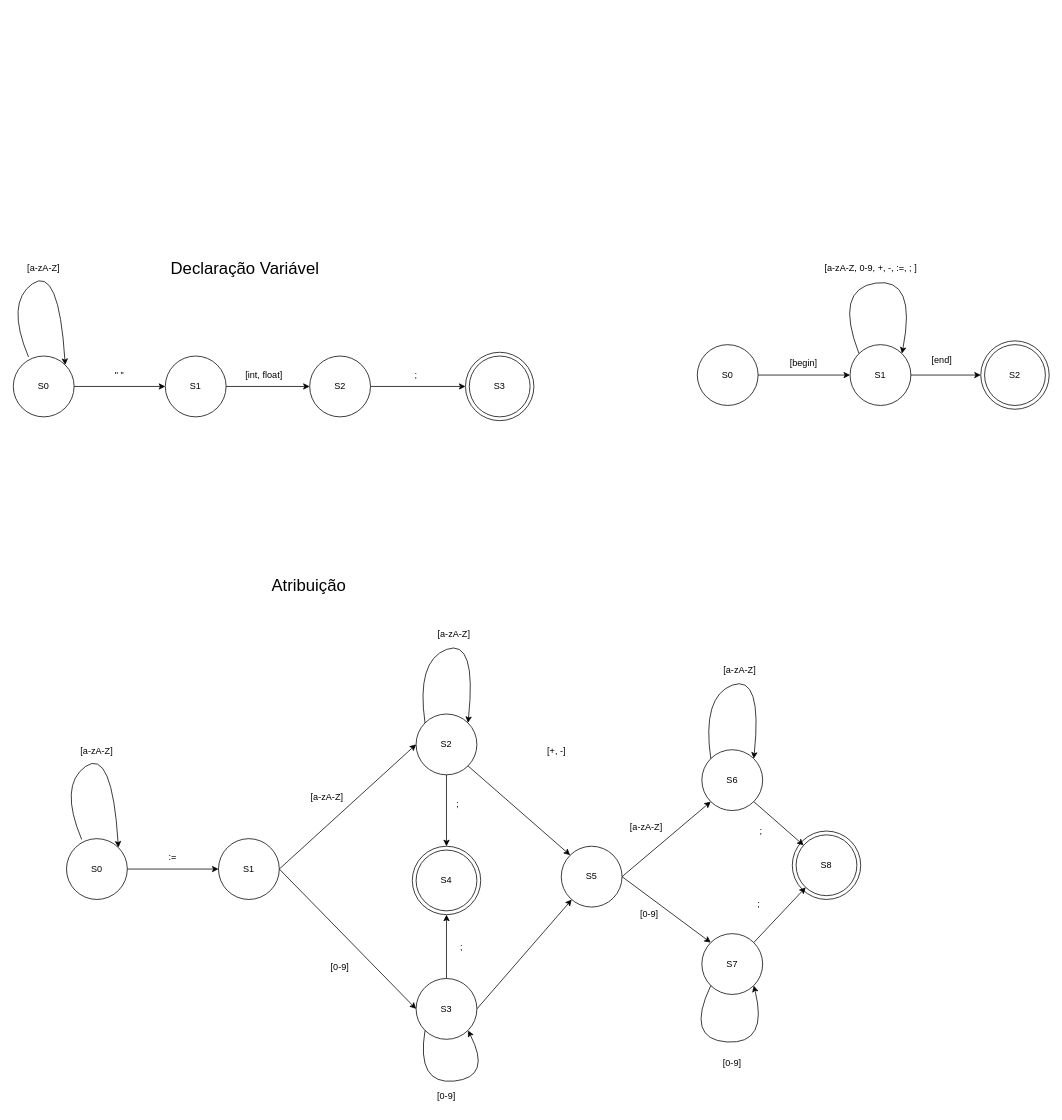
Earlier version of the draw.io diagram automatos.drawio (Robmelchiades/projeto-compiladores). Source tidied: cells renumbered, new cells numbered last; positions are measured from the earlier drawing's top-left corner, leaving out a move shared by most shapes. Both pictures are drawn from the tidied source at 76%, with x=0, y=0 at pixel (5, 238).
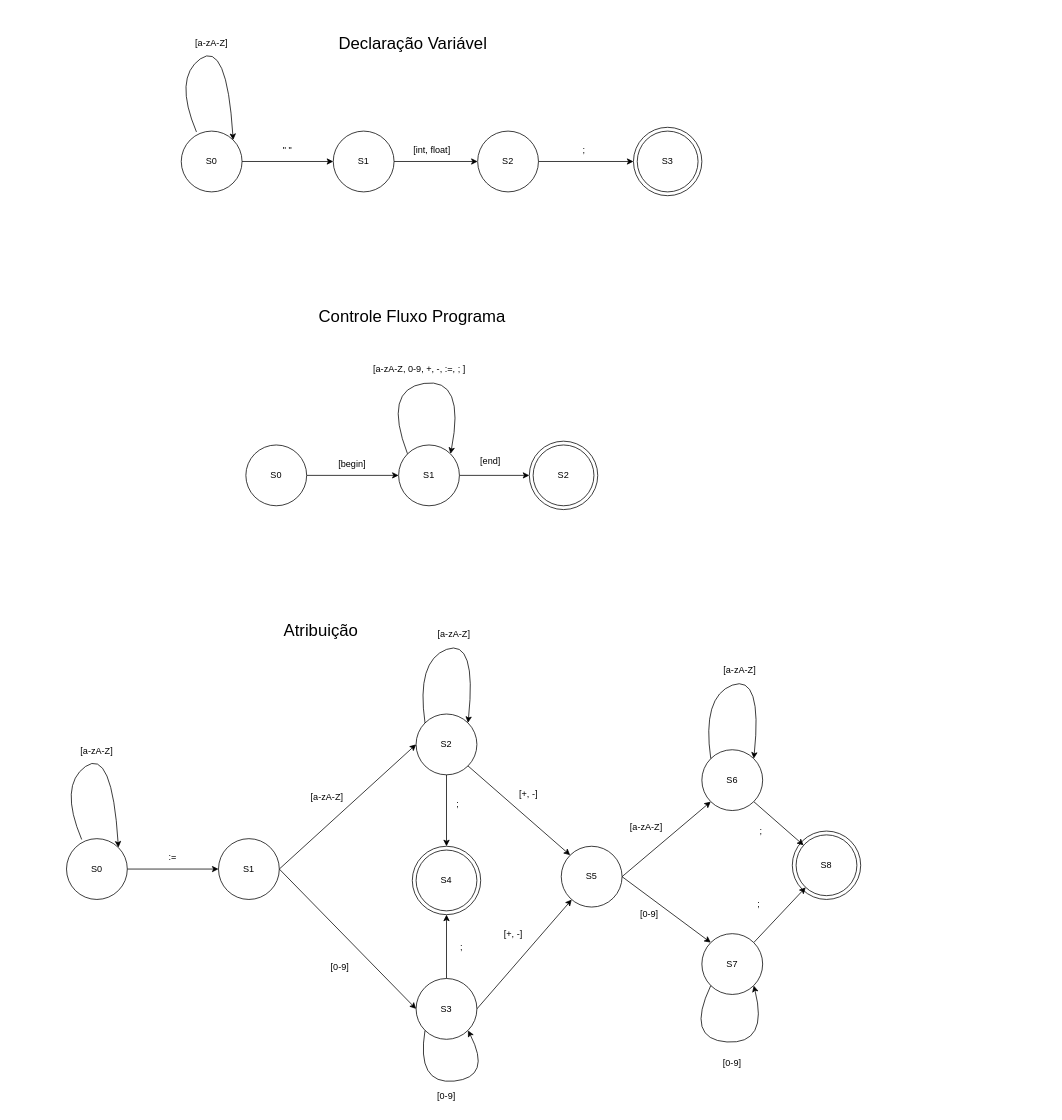
After the change.

Change to the diagram source:
```diff
@@
     <mxCell id="2" style="ellipse;whiteSpace=wrap;html=1;fontSize=12;fillColor=none;" parent="1" vertex="1">
-      <mxGeometry x="1283" y="135" width="90" height="90" as="geometry" />
+      <mxGeometry x="689" y="267" width="90" height="90" as="geometry" />
     </mxCell>
@@
     <mxCell id="5" value="S0" style="ellipse;whiteSpace=wrap;html=1;" parent="1" vertex="1">
-      <mxGeometry x="10" y="155" width="80" height="80" as="geometry" />
+      <mxGeometry x="231" y="-141" width="80" height="80" as="geometry" />
     </mxCell>
@@
     <mxCell id="7" value="S1" style="ellipse;whiteSpace=wrap;html=1;" parent="1" vertex="1">
-      <mxGeometry x="210" y="155" width="80" height="80" as="geometry" />
+      <mxGeometry x="431" y="-141" width="80" height="80" as="geometry" />
     </mxCell>
     <mxCell id="8" style="curved=1;endArrow=classic;html=1;exitX=0.25;exitY=0.014;exitDx=0;exitDy=0;exitPerimeter=0;entryX=1;entryY=0;entryDx=0;entryDy=0;" parent="1" edge="1" source="5" target="5">
       <mxGeometry relative="1" as="geometry">
         <Array as="points">
-          <mxPoint y="85" />
-          <mxPoint x="70" y="35" />
+          <mxPoint x="221" y="-211" />
+          <mxPoint x="291" y="-261" />
         </Array>
       </mxGeometry>
     </mxCell>
@@
     <mxCell id="10" value="S2" style="ellipse;whiteSpace=wrap;html=1;" parent="1" vertex="1">
-      <mxGeometry x="400" y="155" width="80" height="80" as="geometry" />
+      <mxGeometry x="621" y="-141" width="80" height="80" as="geometry" />
     </mxCell>
     <mxCell id="11" value="[int, float]" style="text;html=1;strokeColor=none;fillColor=none;align=center;verticalAlign=middle;whiteSpace=wrap;rounded=0;fontSize=12;" parent="1" vertex="1">
-      <mxGeometry x="310" y="165" width="60" height="30" as="geometry" />
+      <mxGeometry x="531" y="-131" width="60" height="30" as="geometry" />
     </mxCell>
     <mxCell id="12" value="S3" style="ellipse;whiteSpace=wrap;html=1;" parent="1" vertex="1">
-      <mxGeometry x="610" y="155" width="80" height="80" as="geometry" />
+      <mxGeometry x="831" y="-141" width="80" height="80" as="geometry" />
     </mxCell>
     <mxCell id="13" style="ellipse;whiteSpace=wrap;html=1;fontSize=12;fillColor=none;" parent="1" vertex="1">
-      <mxGeometry x="605" y="150" width="90" height="90" as="geometry" />
+      <mxGeometry x="826" y="-146" width="90" height="90" as="geometry" />
     </mxCell>
     <mxCell id="14" value=";" style="text;html=1;strokeColor=none;fillColor=none;align=center;verticalAlign=middle;whiteSpace=wrap;rounded=0;fontSize=12;" parent="1" vertex="1">
-      <mxGeometry x="510" y="165" width="60" height="30" as="geometry" />
+      <mxGeometry x="731" y="-131" width="60" height="30" as="geometry" />
     </mxCell>
     <mxCell id="15" value="[a-zA-Z]" style="text;html=1;strokeColor=none;fillColor=none;align=center;verticalAlign=middle;whiteSpace=wrap;rounded=0;fontSize=12;" parent="1" vertex="1">
-      <mxGeometry x="20" y="25" width="60" height="30" as="geometry" />
+      <mxGeometry x="241" y="-271" width="60" height="30" as="geometry" />
     </mxCell>
     <mxCell id="16" value="&quot; &quot;" style="text;html=1;strokeColor=none;fillColor=none;align=center;verticalAlign=middle;whiteSpace=wrap;rounded=0;fontSize=12;" parent="1" vertex="1">
-      <mxGeometry x="120" y="165" width="60" height="30" as="geometry" />
+      <mxGeometry x="341" y="-131" width="60" height="30" as="geometry" />
     </mxCell>
     <mxCell id="17" value="&lt;font style=&quot;font-size: 22px&quot;&gt;Declaração Variável&lt;/font&gt;" style="text;html=1;strokeColor=none;fillColor=none;align=center;verticalAlign=middle;whiteSpace=wrap;rounded=0;fontSize=12;" parent="1" vertex="1">
-      <mxGeometry x="170" width="290" height="80" as="geometry" />
+      <mxGeometry x="391" y="-296" width="290" height="80" as="geometry" />
     </mxCell>
@@
     <mxCell id="31" value="&lt;font style=&quot;font-size: 22px&quot;&gt;Atribuição&lt;/font&gt;" style="text;html=1;strokeColor=none;fillColor=none;align=center;verticalAlign=middle;whiteSpace=wrap;rounded=0;fontSize=12;" parent="1" vertex="1">
-      <mxGeometry x="254" y="417" width="290" height="80" as="geometry" />
+      <mxGeometry x="270" y="477" width="290" height="80" as="geometry" />
     </mxCell>
@@
     <mxCell id="42" value="[+, -]" style="text;html=1;strokeColor=none;fillColor=none;align=center;verticalAlign=middle;whiteSpace=wrap;rounded=0;fontSize=12;" parent="1" vertex="1">
-      <mxGeometry x="695" y="660" width="60" height="30" as="geometry" />
+      <mxGeometry x="658" y="717" width="60" height="30" as="geometry" />
     </mxCell>
@@
     <mxCell id="61" value="S0" style="ellipse;whiteSpace=wrap;html=1;" parent="1" vertex="1">
-      <mxGeometry x="910" y="140" width="80" height="80" as="geometry" />
+      <mxGeometry x="316" y="272" width="80" height="80" as="geometry" />
     </mxCell>
     <mxCell id="62" value="S2" style="ellipse;whiteSpace=wrap;html=1;" parent="1" vertex="1">
-      <mxGeometry x="1288" y="140" width="80" height="80" as="geometry" />
+      <mxGeometry x="694" y="272" width="80" height="80" as="geometry" />
     </mxCell>
     <mxCell id="63" value="[begin]" style="text;html=1;strokeColor=none;fillColor=none;align=center;verticalAlign=middle;whiteSpace=wrap;rounded=0;fontSize=12;" parent="1" vertex="1">
-      <mxGeometry x="1020" y="150" width="60" height="30" as="geometry" />
+      <mxGeometry x="426" y="282" width="60" height="30" as="geometry" />
     </mxCell>
     <mxCell id="64" style="curved=1;endArrow=classic;html=1;fontSize=22;exitX=0;exitY=0;exitDx=0;exitDy=0;entryX=1;entryY=0;entryDx=0;entryDy=0;" parent="1" edge="1" source="66" target="66">
       <mxGeometry relative="1" as="geometry">
         <Array as="points">
-          <mxPoint x="1090" y="67" />
-          <mxPoint x="1199" y="51" />
+          <mxPoint x="496" y="199" />
+          <mxPoint x="605" y="183" />
         </Array>
       </mxGeometry>
     </mxCell>
@@
     <mxCell id="66" value="S1" style="ellipse;whiteSpace=wrap;html=1;" parent="1" vertex="1">
-      <mxGeometry x="1111" y="140" width="80" height="80" as="geometry" />
+      <mxGeometry x="517" y="272" width="80" height="80" as="geometry" />
     </mxCell>
     <mxCell id="67" value="[end]" style="text;html=1;strokeColor=none;fillColor=none;align=center;verticalAlign=middle;whiteSpace=wrap;rounded=0;fontSize=12;" parent="1" vertex="1">
-      <mxGeometry x="1202" y="146" width="60" height="30" as="geometry" />
+      <mxGeometry x="608" y="278" width="60" height="30" as="geometry" />
     </mxCell>
     <mxCell id="68" value="[a-zA-Z, 0-9, +, -, :=, ; ]" style="text;html=1;strokeColor=none;fillColor=none;align=center;verticalAlign=middle;whiteSpace=wrap;rounded=0;fontSize=12;" parent="1" vertex="1">
-      <mxGeometry x="1035" y="25" width="207" height="30" as="geometry" />
+      <mxGeometry x="441" y="157" width="207" height="30" as="geometry" />
     </mxCell>
+    <mxCell id="69" value="&lt;font style=&quot;font-size: 22px&quot;&gt;Controle Fluxo Programa&lt;/font&gt;" style="text;html=1;strokeColor=none;fillColor=none;align=center;verticalAlign=middle;whiteSpace=wrap;rounded=0;fontSize=12;" parent="1" vertex="1">
+      <mxGeometry x="390" y="64" width="290" height="80" as="geometry" />
+    </mxCell>
+    <mxCell id="70" value="[+, -]" style="text;html=1;strokeColor=none;fillColor=none;align=center;verticalAlign=middle;whiteSpace=wrap;rounded=0;fontSize=12;" parent="1" vertex="1">
+      <mxGeometry x="638" y="901" width="60" height="30" as="geometry" />
+    </mxCell>
```
